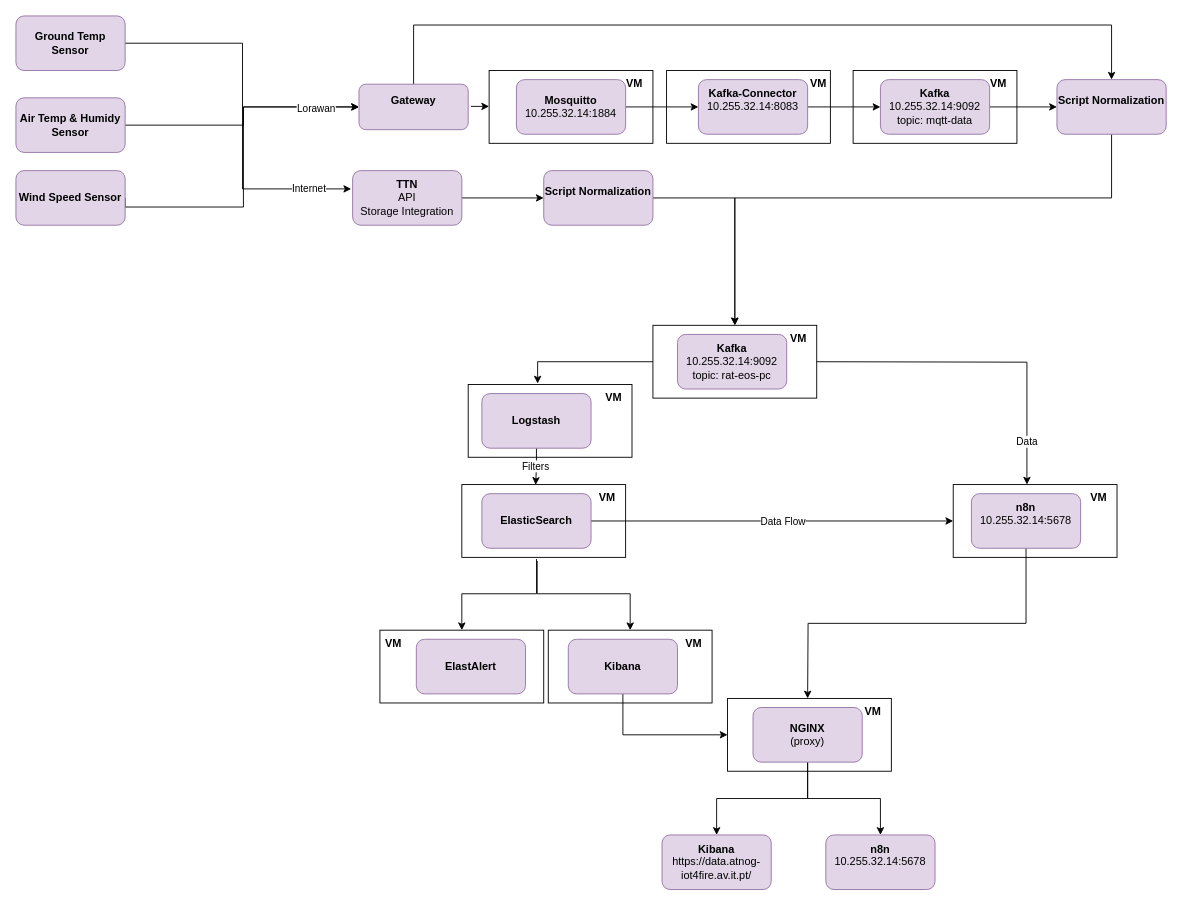
This is architecture/architecture.drawio from martaaoliveira/RAT_EOS_PC, a draw.io file, before an edit. Source tidied: cells renumbered, new cells numbered last; positions are measured from the earlier drawing's top-left corner, leaving out a move shared by most shapes. Both pictures are drawn from the tidied source at 91%, with x=0, y=0 at pixel (15, 15).
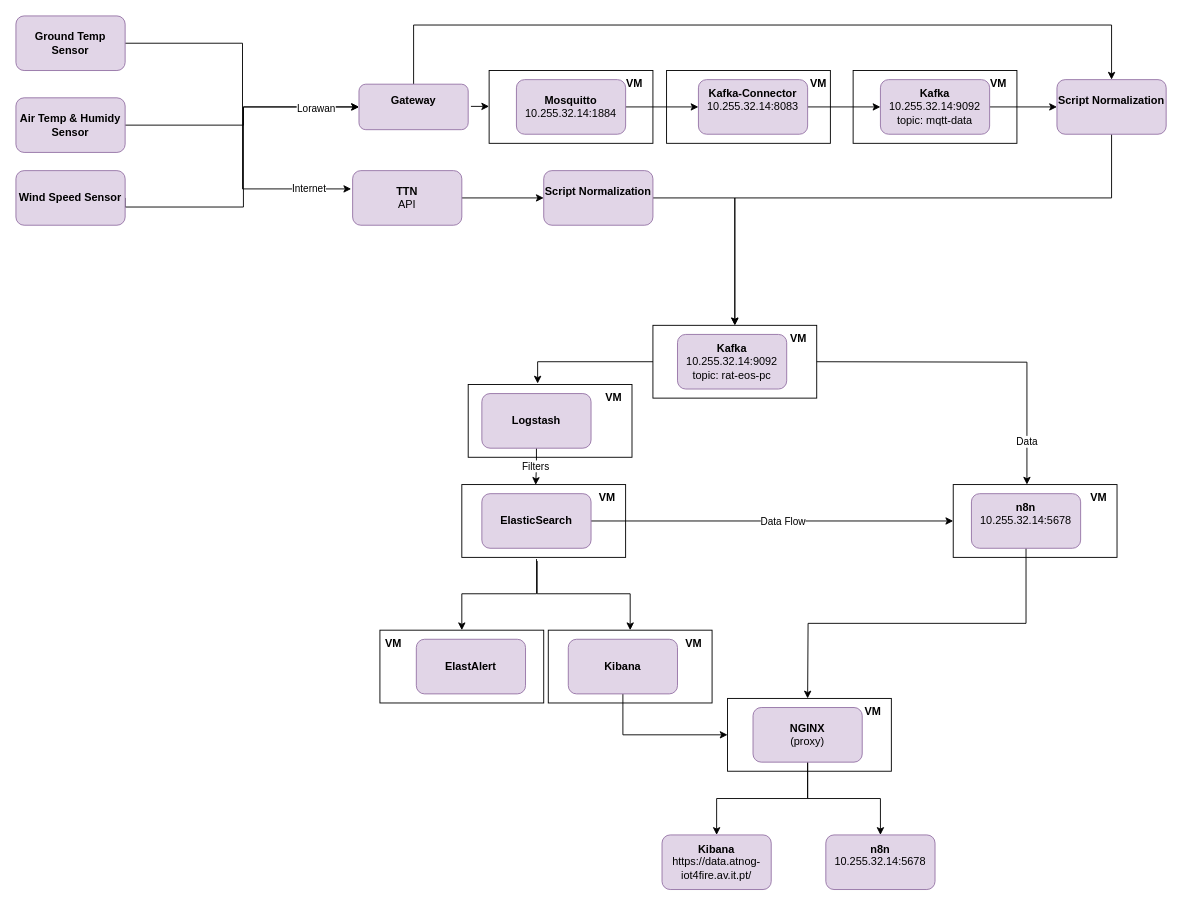
Above is the later version.

Diff of the diagram source:
```diff
@@
-    <mxCell id="45" value="&lt;b&gt;TTN&lt;/b&gt;&lt;br&gt;API&lt;br&gt;Storage Integration" style="rounded=1;whiteSpace=wrap;html=1;fillColor=#e1d5e7;strokeColor=#9673a6;" parent="1" vertex="1">
+    <mxCell id="45" value="&lt;b&gt;TTN&lt;/b&gt;&lt;br&gt;API" style="rounded=1;whiteSpace=wrap;html=1;fillColor=#e1d5e7;strokeColor=#9673a6;" parent="1" vertex="1">
       <mxGeometry x="370" y="170" width="120" height="60" as="geometry" />
     </mxCell>
```
